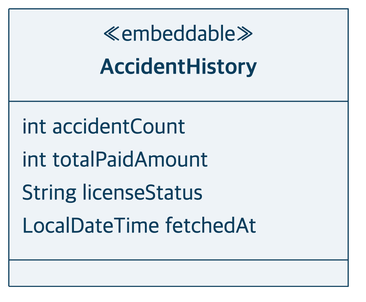
Before: docs/presentation/diagrams/clusters/accident-code.png, a diagram exported from Mermaid (heyoonyoon/distributed-programming). Its source is kept beside it as docs/presentation/diagrams/clusters/accident-code.mmd.
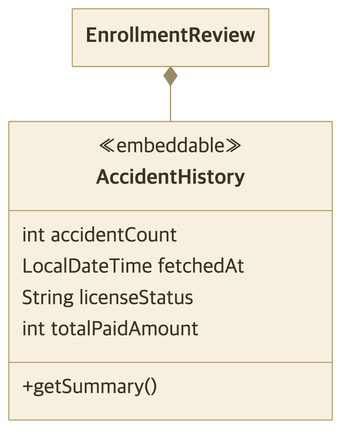
The same diagram one commit later.

Change to the diagram source:
```diff
@@ -1,9 +1,12 @@
 classDiagram
 direction TB
+class EnrollmentReview
 class AccidentHistory {
   <<embeddable>>
   int accidentCount
+  LocalDateTime fetchedAt
+  String licenseStatus
   int totalPaidAmount
-  String licenseStatus
-  LocalDateTime fetchedAt
+  +getSummary()
 }
+EnrollmentReview *-- AccidentHistory
```
